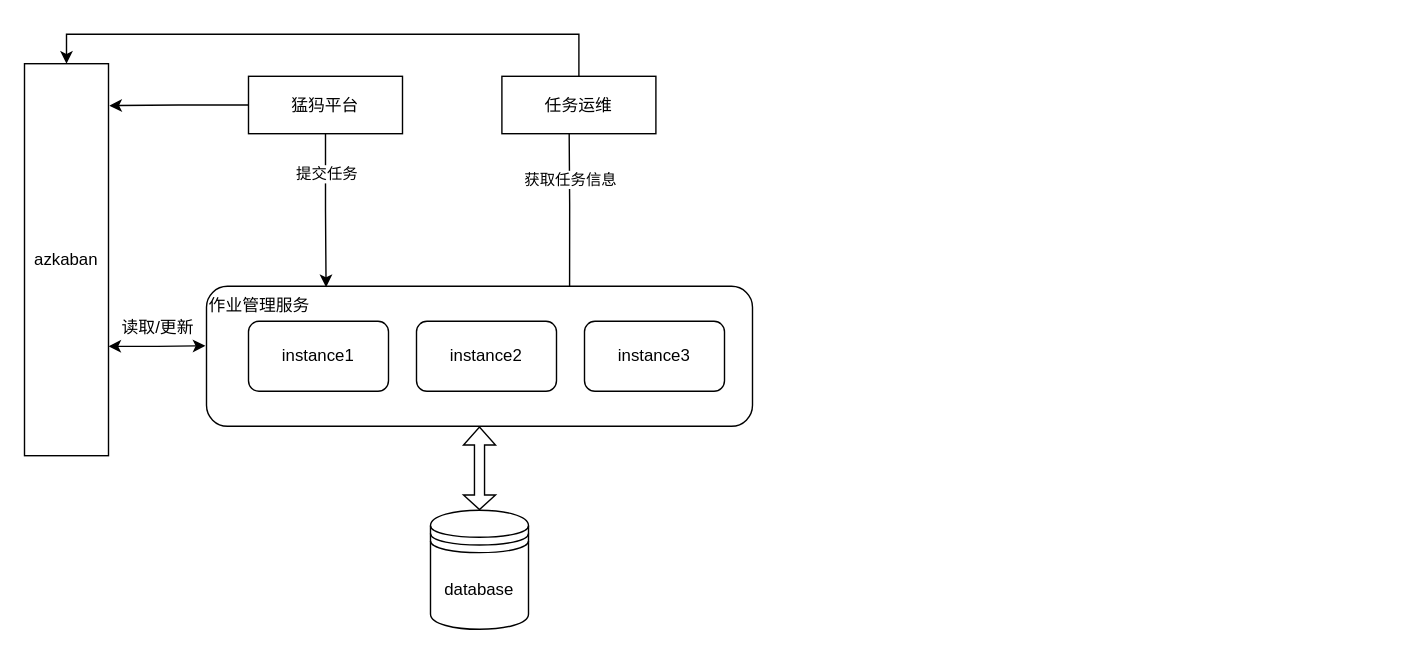
Before: jobmanager.drawio in blackberrier/drawiorepo, a draw.io diagram. Source tidied: cells renumbered, new cells numbered last; positions are measured from the earlier drawing's top-left corner, leaving out a move shared by most shapes. Both pictures are drawn from the tidied source at 140%, with x=0, y=0 at pixel (24, 34).
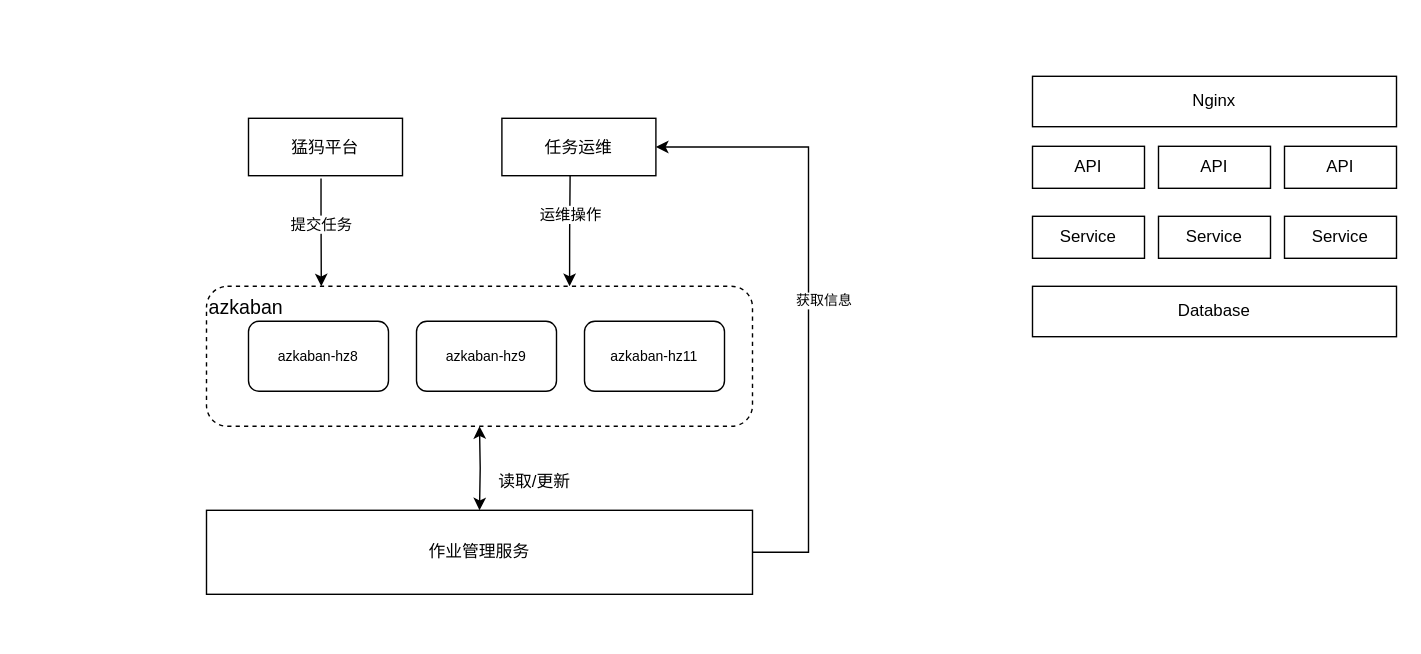
The same diagram, later.

The edit, as a diff of the source:
```diff
@@
-    <mxCell id="2" style="edgeStyle=orthogonalEdgeStyle;rounded=0;jettySize=auto;html=1;exitX=0.5;exitY=1;exitDx=0;exitDy=0;entryX=0.5;entryY=0;entryDx=0;entryDy=0;startArrow=classic;startFill=1;endArrow=classic;endFill=1;shape=flexArrow;width=7.2;startSize=3.954285714285714;endSize=3.132;startWidth=14.666666666666666;endWidth=14.666666666666666;" parent="1" edge="1" source="5" target="6">
-      <mxGeometry relative="1" as="geometry" />
-    </mxCell>
-    <mxCell id="3" style="edgeStyle=orthogonalEdgeStyle;rounded=0;jettySize=auto;html=1;exitX=0.665;exitY=-0.001;exitDx=0;exitDy=0;startArrow=none;startFill=0;endArrow=classic;endFill=1;exitPerimeter=0;" parent="1" edge="1" source="5">
-      <mxGeometry relative="1" as="geometry">
-        <mxPoint x="389" y="62" as="targetPoint" />
-      </mxGeometry>
+    <mxCell id="3" style="edgeStyle=orthogonalEdgeStyle;rounded=0;jettySize=auto;html=1;exitX=0.665;exitY=-0.001;exitDx=0;exitDy=0;startArrow=classic;startFill=1;endArrow=none;endFill=0;exitPerimeter=0;entryX=0.443;entryY=0.974;entryDx=0;entryDy=0;entryPerimeter=0;" parent="1" edge="1" source="5" target="15">
+      <mxGeometry relative="1" as="geometry" />
     </mxCell>
-    <mxCell id="4" value="获取任务信息" style="edgeLabel;html=1;align=center;verticalAlign=middle;" parent="3" vertex="1">
+    <mxCell id="4" value="运维操作" style="edgeLabel;html=1;align=center;verticalAlign=middle;" parent="3" vertex="1">
       <mxGeometry x="0.3" relative="1" as="geometry" />
     </mxCell>
-    <mxCell id="5" value="作业管理服务" style="rounded=1;whiteSpace=wrap;html=1;horizontal=1;align=left;verticalAlign=top;" parent="1" vertex="1">
+    <mxCell id="5" value="&lt;font style=&quot;font-size: 14px&quot;&gt;azkaban&lt;/font&gt;" style="rounded=1;whiteSpace=wrap;html=1;horizontal=1;align=left;verticalAlign=top;dashed=1;" parent="1" vertex="1">
       <mxGeometry x="130" y="180" width="390" height="100" as="geometry" />
     </mxCell>
-    <mxCell id="6" value="database" style="shape=datastore;whiteSpace=wrap;html=1;" parent="1" vertex="1">
-      <mxGeometry x="290" y="340" width="70" height="85" as="geometry" />
-    </mxCell>
-    <mxCell id="7" value="instance1" style="rounded=1;whiteSpace=wrap;html=1;" parent="1" vertex="1">
+    <mxCell id="7" value="&lt;font style=&quot;font-size: 10px;&quot;&gt;azkaban-hz8&lt;/font&gt;" style="rounded=1;whiteSpace=wrap;html=1;fontSize=10;" parent="1" vertex="1">
       <mxGeometry x="160" y="205" width="100" height="50" as="geometry" />
     </mxCell>
-    <mxCell id="8" style="edgeStyle=orthogonalEdgeStyle;rounded=0;jettySize=auto;html=1;exitX=0.5;exitY=1;exitDx=0;exitDy=0;entryX=0.219;entryY=0.006;entryDx=0;entryDy=0;entryPerimeter=0;" parent="1" edge="1" source="11" target="5">
-      <mxGeometry relative="1" as="geometry" />
-    </mxCell>
+    <mxCell id="10" style="edgeStyle=orthogonalEdgeStyle;rounded=0;jettySize=auto;html=1;exitX=0.471;exitY=1.049;exitDx=0;exitDy=0;startArrow=none;startFill=0;endArrow=classic;endFill=1;exitPerimeter=0;" parent="1" edge="1" source="11">
+      <mxGeometry relative="1" as="geometry">
+        <mxPoint x="212" y="180" as="targetPoint" />
+        <Array as="points">
+          <mxPoint x="212" y="126" />
+          <mxPoint x="212" y="180" />
+        </Array>
+      </mxGeometry>
+    </mxCell>
-    <mxCell id="9" value="提交任务" style="edgeLabel;html=1;align=center;verticalAlign=middle;" parent="8" vertex="1">
-      <mxGeometry x="-0.31" relative="1" as="geometry">
-        <mxPoint y="-10" as="offset" />
-      </mxGeometry>
+    <mxCell id="9" value="&lt;span style=&quot;font-size: 11px&quot;&gt;提交任务&lt;/span&gt;" style="edgeLabel;html=1;align=center;verticalAlign=middle;fontSize=10;" parent="10" vertex="1">
+      <mxGeometry x="-0.18" relative="1" as="geometry" />
     </mxCell>
-    <mxCell id="10" style="edgeStyle=orthogonalEdgeStyle;rounded=0;jettySize=auto;html=1;exitX=0;exitY=0.5;exitDx=0;exitDy=0;entryX=1.01;entryY=0.107;entryDx=0;entryDy=0;entryPerimeter=0;startArrow=none;startFill=0;endArrow=classic;endFill=1;" parent="1" edge="1" source="11" target="13">
-      <mxGeometry relative="1" as="geometry" />
-    </mxCell>
     <mxCell id="11" value="猛犸平台" style="rounded=0;whiteSpace=wrap;html=1;" parent="1" vertex="1">
-      <mxGeometry x="160" y="30" width="110" height="41" as="geometry" />
+      <mxGeometry x="160" y="60" width="110" height="41" as="geometry" />
     </mxCell>
-    <mxCell id="12" style="edgeStyle=orthogonalEdgeStyle;rounded=0;jettySize=auto;html=1;exitX=0.999;exitY=0.721;exitDx=0;exitDy=0;entryX=-0.002;entryY=0.425;entryDx=0;entryDy=0;entryPerimeter=0;startArrow=classic;startFill=1;endArrow=classic;endFill=1;exitPerimeter=0;" parent="1" edge="1" source="13" target="5">
-      <mxGeometry relative="1" as="geometry" />
+    <mxCell id="12" style="edgeStyle=orthogonalEdgeStyle;rounded=0;jettySize=auto;html=1;startArrow=classic;startFill=1;endArrow=classic;endFill=1;entryX=0.5;entryY=1;entryDx=0;entryDy=0;" parent="1" edge="1" target="5">
+      <mxGeometry relative="1" as="geometry">
+        <mxPoint x="325" y="340" as="sourcePoint" />
+      </mxGeometry>
     </mxCell>
+    <mxCell id="19" style="edgeStyle=orthogonalEdgeStyle;rounded=0;jettySize=auto;html=1;exitX=1;exitY=0.5;exitDx=0;exitDy=0;entryX=1;entryY=0.5;entryDx=0;entryDy=0;fontSize=10;startArrow=none;startFill=0;endArrow=classic;endFill=1;" parent="1" edge="1" source="13" target="15">
+      <mxGeometry relative="1" as="geometry">
+        <Array as="points">
+          <mxPoint x="560" y="370" />
+          <mxPoint x="560" y="81" />
+          <mxPoint x="451" y="81" />
+        </Array>
+      </mxGeometry>
+    </mxCell>
+    <mxCell id="20" value="获取信息" style="edgeLabel;html=1;align=center;verticalAlign=middle;fontSize=10;" parent="19" vertex="1">
+      <mxGeometry x="-0.05" y="3" relative="1" as="geometry">
+        <mxPoint x="13" y="-13" as="offset" />
+      </mxGeometry>
+    </mxCell>
-    <mxCell id="13" value="azkaban" style="rounded=0;whiteSpace=wrap;html=1;" parent="1" vertex="1">
-      <mxGeometry y="21" width="60" height="280" as="geometry" />
+    <mxCell id="13" value="作业管理服务" style="rounded=0;whiteSpace=wrap;html=1;horizontal=1;verticalAlign=middle;" parent="1" vertex="1">
+      <mxGeometry x="130" y="340" width="390" height="60" as="geometry" />
     </mxCell>
-    <mxCell id="14" style="edgeStyle=orthogonalEdgeStyle;rounded=0;jettySize=auto;html=1;exitX=0.5;exitY=0;exitDx=0;exitDy=0;entryX=0.5;entryY=0;entryDx=0;entryDy=0;startArrow=none;startFill=0;endArrow=classic;endFill=1;" parent="1" edge="1" source="15" target="13">
-      <mxGeometry relative="1" as="geometry">
-        <Array as="points">
-          <mxPoint x="396" />
-          <mxPoint x="30" />
-        </Array>
-      </mxGeometry>
-    </mxCell>
     <mxCell id="15" value="任务运维" style="rounded=0;whiteSpace=wrap;html=1;" parent="1" vertex="1">
-      <mxGeometry x="341" y="30" width="110" height="41" as="geometry" />
+      <mxGeometry x="341" y="60" width="110" height="41" as="geometry" />
     </mxCell>
-    <mxCell id="16" value="读取/更新" style="text;html=1;align=center;verticalAlign=middle;strokeColor=none;" parent="1" vertex="1">
-      <mxGeometry x="60" y="200" width="70" height="20" as="geometry" />
-    </mxCell>
-    <mxCell id="17" value="instance2" style="rounded=1;whiteSpace=wrap;html=1;" parent="1" vertex="1">
+    <mxCell id="17" value="azkaban-hz9" style="rounded=1;whiteSpace=wrap;html=1;fontSize=10;" parent="1" vertex="1">
       <mxGeometry x="280" y="205" width="100" height="50" as="geometry" />
     </mxCell>
-    <mxCell id="18" value="instance3" style="rounded=1;whiteSpace=wrap;html=1;" parent="1" vertex="1">
+    <mxCell id="18" value="azkaban-hz11" style="rounded=1;whiteSpace=wrap;html=1;fontSize=10;" parent="1" vertex="1">
       <mxGeometry x="400" y="205" width="100" height="50" as="geometry" />
     </mxCell>
+    <mxCell id="21" value="Nginx" style="rounded=0;whiteSpace=wrap;html=1;align=center;verticalAlign=middle;" parent="1" vertex="1">
+      <mxGeometry x="720" y="30" width="260" height="36" as="geometry" />
+    </mxCell>
+    <mxCell id="22" value="API" style="rounded=0;whiteSpace=wrap;html=1;align=center;verticalAlign=middle;" parent="1" vertex="1">
+      <mxGeometry x="720" y="80" width="80" height="30" as="geometry" />
+    </mxCell>
+    <mxCell id="23" value="Service" style="rounded=0;whiteSpace=wrap;html=1;align=center;verticalAlign=middle;" parent="1" vertex="1">
+      <mxGeometry x="720" y="130" width="80" height="30" as="geometry" />
+    </mxCell>
+    <mxCell id="24" value="Database" style="rounded=0;whiteSpace=wrap;html=1;align=center;verticalAlign=middle;" parent="1" vertex="1">
+      <mxGeometry x="720" y="180" width="260" height="36" as="geometry" />
+    </mxCell>
+    <mxCell id="25" value="API" style="rounded=0;whiteSpace=wrap;html=1;align=center;verticalAlign=middle;" parent="1" vertex="1">
+      <mxGeometry x="810" y="80" width="80" height="30" as="geometry" />
+    </mxCell>
+    <mxCell id="26" value="Service" style="rounded=0;whiteSpace=wrap;html=1;align=center;verticalAlign=middle;" parent="1" vertex="1">
+      <mxGeometry x="810" y="130" width="80" height="30" as="geometry" />
+    </mxCell>
+    <mxCell id="27" value="API" style="rounded=0;whiteSpace=wrap;html=1;align=center;verticalAlign=middle;" parent="1" vertex="1">
+      <mxGeometry x="900" y="80" width="80" height="30" as="geometry" />
+    </mxCell>
+    <mxCell id="28" value="Service" style="rounded=0;whiteSpace=wrap;html=1;align=center;verticalAlign=middle;" parent="1" vertex="1">
+      <mxGeometry x="900" y="130" width="80" height="30" as="geometry" />
+    </mxCell>
+    <mxCell id="16" value="&lt;span style=&quot;font-size: 12px&quot;&gt;读取/更新&lt;/span&gt;" style="text;html=1;align=center;verticalAlign=middle;strokeColor=none;fontSize=10;" parent="1" vertex="1">
+      <mxGeometry x="329" y="310" width="70" height="20" as="geometry" />
+    </mxCell>
```
